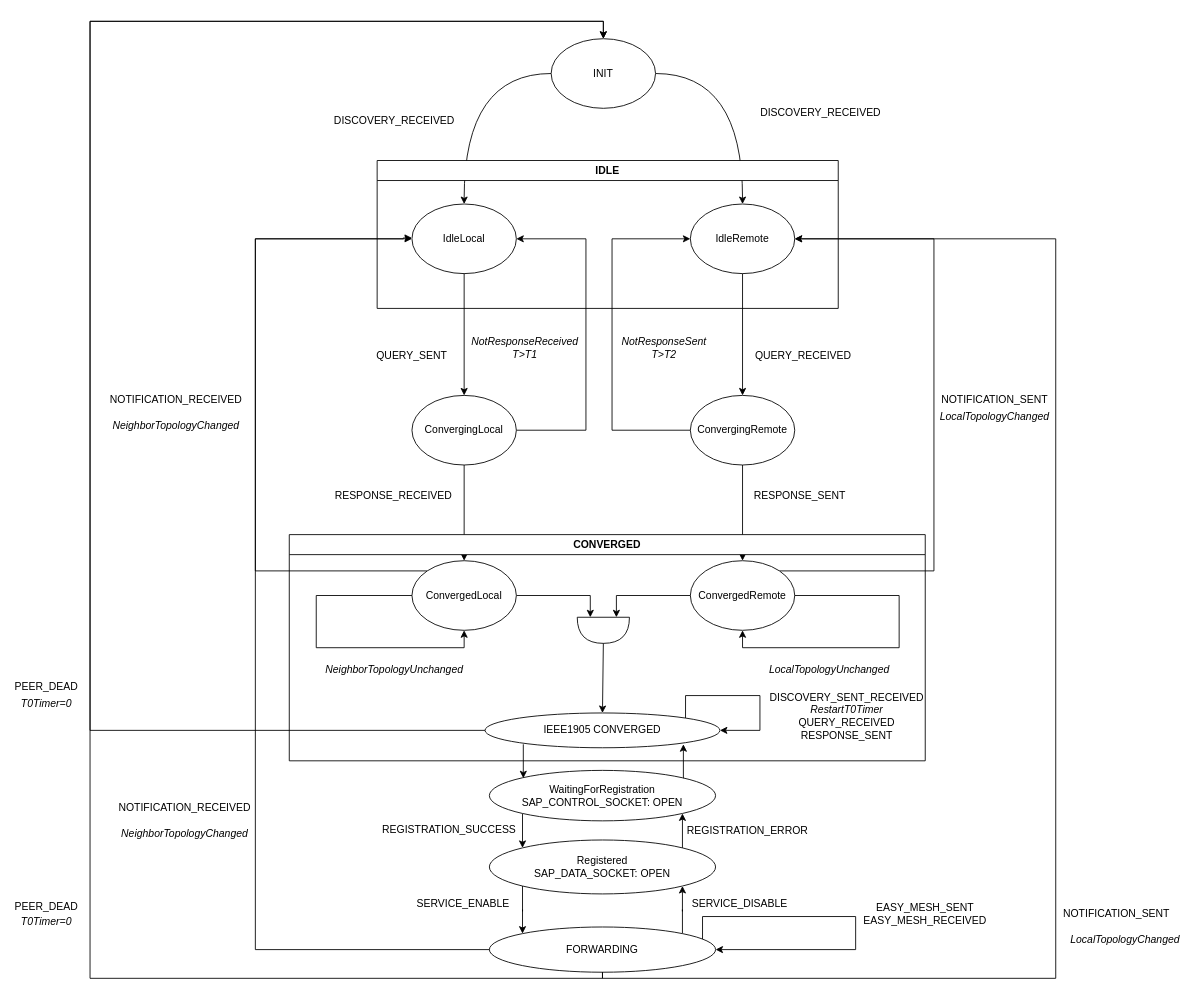
Before: page "topo_convergence_fsm" (3 of 3) of docs/architecture/fsm_diagram/ieee1905_fsm.drawio in rdkcentral/ieee1905-rs, a draw.io diagram. Source tidied: cells renumbered, new cells numbered last; positions are measured from the earlier drawing's top-left corner, leaving out a move shared by most shapes. Both pictures are drawn from the tidied source at 87%, with x=0, y=0 at pixel (20, 21).
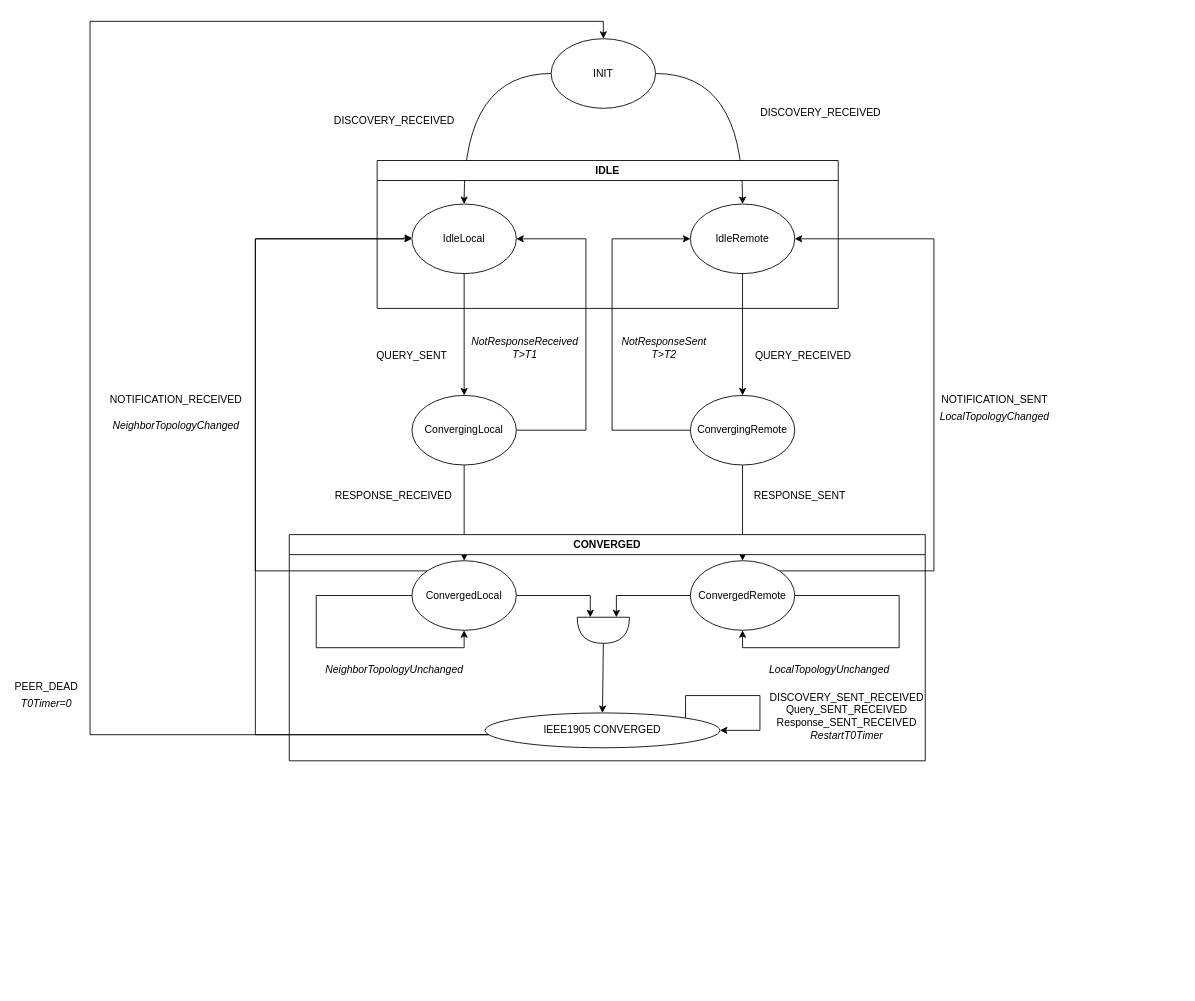
The same page after the edit.

Commit message (it also covers changes not shown here):
docs(fsm): update IEEE1905 FSM diagrams and tables

The change refers to these unchanged cells:
```xml
<mxCell id="5" value="INIT" style="ellipse;whiteSpace=wrap;html=1;" parent="1" vertex="1">
  <mxGeometry x="610" y="20" width="120" height="80" as="geometry" />
</mxCell>
<mxCell id="8" value="IdleRemote" style="ellipse;whiteSpace=wrap;html=1;" parent="6" vertex="1">
  <mxGeometry x="360" y="50" width="120" height="80" as="geometry" />
</mxCell>
<mxCell id="48" value="&lt;div&gt;IEEE1905 CONVERGED&lt;/div&gt;" style="ellipse;whiteSpace=wrap;html=1;" parent="1" vertex="1">
  <mxGeometry x="534" y="795" width="270" height="40" as="geometry" />
</mxCell>
<mxCell id="63" value="CONVERGED" style="swimlane;whiteSpace=wrap;html=1;" parent="1" vertex="1">
  <mxGeometry x="309" y="590" width="731" height="260" as="geometry" />
</mxCell>
```

Diff of the diagram source:
```diff
@@
-    <mxCell id="32" value="&lt;i&gt;LocalTopologyChanged&lt;/i&gt;" style="text;html=1;align=center;verticalAlign=middle;whiteSpace=wrap;rounded=0;" parent="1" vertex="1">
-      <mxGeometry x="1240" y="1041" width="60" height="30" as="geometry" />
-    </mxCell>
@@
-    <mxCell id="35" style="edgeStyle=orthogonalEdgeStyle;rounded=0;jettySize=auto;html=1;exitX=0;exitY=1;exitDx=0;exitDy=0;entryX=0;entryY=0;entryDx=0;entryDy=0;" parent="1" edge="1" source="36" target="39">
-      <mxGeometry relative="1" as="geometry" />
-    </mxCell>
-    <mxCell id="36" value="WaitingForRegistration&lt;div&gt;SAP_CONTROL_SOCKET: OPEN&lt;/div&gt;" style="ellipse;whiteSpace=wrap;html=1;" parent="1" vertex="1">
-      <mxGeometry x="539" y="861" width="260" height="58" as="geometry" />
-    </mxCell>
-    <mxCell id="37" style="edgeStyle=orthogonalEdgeStyle;rounded=0;jettySize=auto;html=1;exitX=0;exitY=1;exitDx=0;exitDy=0;entryX=0;entryY=0;entryDx=0;entryDy=0;" parent="1" edge="1" source="39" target="43">
-      <mxGeometry relative="1" as="geometry" />
-    </mxCell>
-    <mxCell id="38" style="edgeStyle=orthogonalEdgeStyle;rounded=0;jettySize=auto;html=1;exitX=1;exitY=0;exitDx=0;exitDy=0;entryX=1;entryY=1;entryDx=0;entryDy=0;" parent="1" edge="1" source="39" target="36">
-      <mxGeometry relative="1" as="geometry" />
-    </mxCell>
-    <mxCell id="39" value="Registered&lt;div&gt;SAP_DATA_SOCKET: OPEN&lt;/div&gt;" style="ellipse;whiteSpace=wrap;html=1;" parent="1" vertex="1">
-      <mxGeometry x="539" y="941" width="260" height="62" as="geometry" />
-    </mxCell>
-    <mxCell id="40" value="REGISTRATION_SUCCESS" style="text;html=1;align=center;verticalAlign=middle;whiteSpace=wrap;rounded=0;" parent="1" vertex="1">
-      <mxGeometry x="463" y="915" width="60" height="30" as="geometry" />
-    </mxCell>
-    <mxCell id="41" value="REGISTRATION_ERROR" style="text;html=1;align=center;verticalAlign=middle;whiteSpace=wrap;rounded=0;" parent="1" vertex="1">
-      <mxGeometry x="806" y="916" width="60" height="30" as="geometry" />
-    </mxCell>
-    <mxCell id="42" style="edgeStyle=orthogonalEdgeStyle;rounded=0;jettySize=auto;html=1;exitX=1;exitY=0;exitDx=0;exitDy=0;entryX=1;entryY=1;entryDx=0;entryDy=0;" parent="1" edge="1" source="43" target="39">
-      <mxGeometry relative="1" as="geometry" />
-    </mxCell>
-    <mxCell id="43" value="FORWARDING" style="ellipse;whiteSpace=wrap;html=1;" parent="1" vertex="1">
-      <mxGeometry x="539" y="1041" width="260" height="52" as="geometry" />
-    </mxCell>
-    <mxCell id="44" value="SERVICE_ENABLE" style="text;html=1;align=center;verticalAlign=middle;whiteSpace=wrap;rounded=0;" parent="1" vertex="1">
-      <mxGeometry x="479" y="999" width="60" height="30" as="geometry" />
-    </mxCell>
-    <mxCell id="45" value="SERVICE_DISABLE" style="text;html=1;align=center;verticalAlign=middle;whiteSpace=wrap;rounded=0;" parent="1" vertex="1">
-      <mxGeometry x="797" y="1000" width="60" height="30" as="geometry" />
-    </mxCell>
@@
     <mxCell id="47" style="edgeStyle=orthogonalEdgeStyle;rounded=0;jettySize=auto;html=1;entryX=0.5;entryY=0;entryDx=0;entryDy=0;" parent="1" edge="1" source="48" target="5">
       <mxGeometry relative="1" as="geometry">
         <Array as="points">
-          <mxPoint x="80" y="815" />
+          <mxPoint x="80" y="820" />
           <mxPoint x="80" />
           <mxPoint x="670" />
         </Array>
       </mxGeometry>
     </mxCell>
@@
-    <mxCell id="49" style="edgeStyle=orthogonalEdgeStyle;rounded=0;orthogonalLoop=1;jettySize=auto;html=1;exitX=0;exitY=1;exitDx=0;exitDy=0;entryX=0;entryY=0;entryDx=0;entryDy=0;" parent="1" edge="1">
-      <mxGeometry relative="1" as="geometry">
-        <mxPoint x="578" y="831" as="sourcePoint" />
-        <mxPoint x="578" y="870" as="targetPoint" />
-      </mxGeometry>
-    </mxCell>
-    <mxCell id="50" style="edgeStyle=orthogonalEdgeStyle;rounded=0;orthogonalLoop=1;jettySize=auto;html=1;exitX=1;exitY=0;exitDx=0;exitDy=0;entryX=1;entryY=1;entryDx=0;entryDy=0;" parent="1" edge="1">
-      <mxGeometry relative="1" as="geometry">
-        <mxPoint x="762" y="870" as="sourcePoint" />
-        <mxPoint x="762" y="831" as="targetPoint" />
-      </mxGeometry>
-    </mxCell>
@@
-    <mxCell id="64" value="DISCOVERY_SENT_RECEIVED&lt;div&gt;&lt;i&gt;RestartT0Timer&lt;/i&gt;&lt;br&gt;&lt;div&gt;QUERY_RECEIVED&lt;/div&gt;&lt;div&gt;RESPONSE_SENT&lt;/div&gt;&lt;/div&gt;" style="text;html=1;align=center;verticalAlign=middle;whiteSpace=wrap;rounded=0;" parent="63" vertex="1">
+    <mxCell id="64" value="DISCOVERY_SENT_RECEIVED&lt;div&gt;Query_SENT_RECEIVED&lt;/div&gt;&lt;div&gt;Response_SENT_RECEIVED&lt;/div&gt;&lt;div&gt;&lt;div&gt;&lt;i&gt;RestartT0Timer&lt;/i&gt;&lt;/div&gt;&lt;/div&gt;" style="text;html=1;align=center;verticalAlign=middle;whiteSpace=wrap;rounded=0;" parent="63" vertex="1">
       <mxGeometry x="611" y="193.5" width="60" height="30" as="geometry" />
     </mxCell>
-    <mxCell id="65" style="edgeStyle=orthogonalEdgeStyle;rounded=0;jettySize=auto;html=1;exitX=1;exitY=0;exitDx=0;exitDy=0;entryX=1;entryY=0.5;entryDx=0;entryDy=0;" parent="1" edge="1" target="43">
-      <mxGeometry relative="1" as="geometry">
-        <mxPoint x="784" y="1055" as="sourcePoint" />
-        <Array as="points">
-          <mxPoint x="784" y="1029" />
-          <mxPoint x="960" y="1029" />
-          <mxPoint x="960" y="1067" />
-        </Array>
-      </mxGeometry>
-    </mxCell>
-    <mxCell id="66" value="EASY_MESH_SENT&lt;div&gt;EASY_MESH_RECEIVED&lt;/div&gt;" style="text;html=1;align=center;verticalAlign=middle;whiteSpace=wrap;rounded=0;" parent="1" vertex="1">
-      <mxGeometry x="1010" y="1011" width="60" height="30" as="geometry" />
-    </mxCell>
-    <mxCell id="67" style="edgeStyle=orthogonalEdgeStyle;rounded=0;jettySize=auto;html=1;exitX=0.5;exitY=1;exitDx=0;exitDy=0;" parent="1" edge="1" source="43">
-      <mxGeometry relative="1" as="geometry">
-        <mxPoint x="670" y="20" as="targetPoint" />
-        <Array as="points">
-          <mxPoint x="669" y="1100" />
-          <mxPoint x="80" y="1100" />
-          <mxPoint x="80" />
-          <mxPoint x="670" />
-        </Array>
-      </mxGeometry>
-    </mxCell>
-    <mxCell id="68" value="PEER_DEAD" style="text;html=1;align=center;verticalAlign=middle;whiteSpace=wrap;rounded=0;" parent="1" vertex="1">
-      <mxGeometry y="1003" width="60" height="30" as="geometry" />
-    </mxCell>
-    <mxCell id="69" value="&lt;i&gt;T0Timer=0&lt;/i&gt;" style="text;html=1;align=center;verticalAlign=middle;whiteSpace=wrap;rounded=0;" parent="1" vertex="1">
-      <mxGeometry y="1020" width="60" height="30" as="geometry" />
-    </mxCell>
-    <mxCell id="70" style="edgeStyle=orthogonalEdgeStyle;rounded=0;jettySize=auto;html=1;exitX=0;exitY=0.5;exitDx=0;exitDy=0;entryX=0;entryY=0.5;entryDx=0;entryDy=0;" parent="1" edge="1" source="43">
+    <mxCell id="70" style="edgeStyle=orthogonalEdgeStyle;rounded=0;jettySize=auto;html=1;entryX=0;entryY=0.5;entryDx=0;entryDy=0;" parent="1" edge="1" source="48">
       <mxGeometry relative="1" as="geometry">
         <mxPoint x="450" y="249" as="targetPoint" />
         <Array as="points">
-          <mxPoint x="270" y="1067" />
+          <mxPoint x="270" y="820" />
           <mxPoint x="270" y="250" />
           <mxPoint x="440" y="250" />
           <mxPoint x="440" y="249" />
         </Array>
       </mxGeometry>
     </mxCell>
-    <mxCell id="71" value="NOTIFICATION_RECEIVED" style="text;html=1;align=center;verticalAlign=middle;whiteSpace=wrap;rounded=0;" parent="1" vertex="1">
-      <mxGeometry x="159" y="889" width="60" height="30" as="geometry" />
-    </mxCell>
-    <mxCell id="72" value="&lt;i&gt;NeighborTopologyChanged&lt;/i&gt;" style="text;html=1;align=center;verticalAlign=middle;whiteSpace=wrap;rounded=0;" parent="1" vertex="1">
-      <mxGeometry x="159" y="919" width="60" height="30" as="geometry" />
-    </mxCell>
-    <mxCell id="73" style="edgeStyle=orthogonalEdgeStyle;rounded=0;jettySize=auto;html=1;exitX=0.5;exitY=1;exitDx=0;exitDy=0;entryX=1;entryY=0.5;entryDx=0;entryDy=0;" parent="1" edge="1" source="43" target="8">
-      <mxGeometry relative="1" as="geometry">
-        <Array as="points">
-          <mxPoint x="669" y="1100" />
-          <mxPoint x="1190" y="1100" />
-          <mxPoint x="1190" y="250" />
-        </Array>
-      </mxGeometry>
-    </mxCell>
-    <mxCell id="74" value="NOTIFICATION_SENT" style="text;html=1;align=center;verticalAlign=middle;whiteSpace=wrap;rounded=0;" parent="1" vertex="1">
-      <mxGeometry x="1230" y="1011" width="60" height="30" as="geometry" />
-    </mxCell>
```
